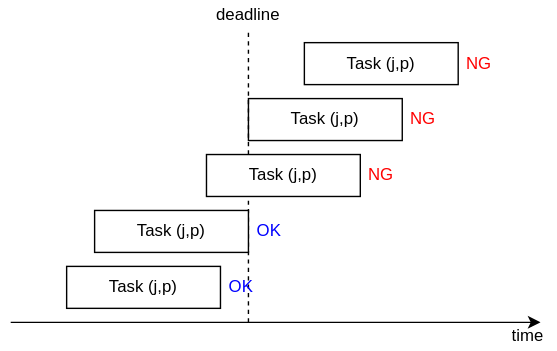
Above: notebooks/ja/tutorials/figures/deadline.drawio.svg in fixstars/amplify-se-examples (draw.io), before the change. Source tidied: cells renumbered, new cells last; positions are measured from the earlier drawing's top-left corner, leaving out a move shared by most shapes.
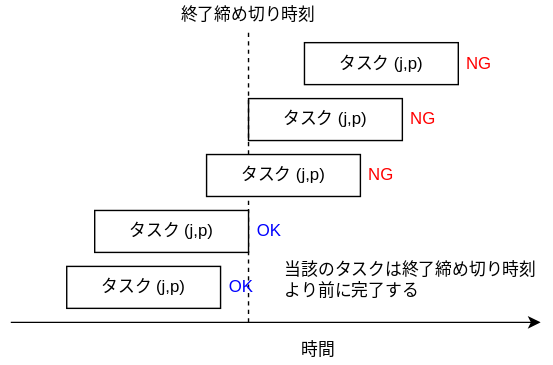
After the commit.

What changed in the source:
```diff
@@ -2,7 +2,7 @@
   <root>
     <mxCell id="0" />
     <mxCell id="1" parent="0" />
-    <mxCell id="2" value="Task (j,p)" style="rounded=0;whiteSpace=wrap;html=1;" parent="1" vertex="1">
+    <mxCell id="2" value="タスク (j,p)" style="rounded=0;whiteSpace=wrap;html=1;" parent="1" vertex="1">
       <mxGeometry x="170" y="70" width="110" height="30" as="geometry" />
     </mxCell>
     <mxCell id="3" style="endArrow=none;dashed=1;html=1;entryX=0.5;entryY=1;entryDx=0;entryDy=0;" parent="1" edge="1" target="4">
@@ -10,9 +10,9 @@
         <mxPoint x="170" y="230" as="sourcePoint" />
       </mxGeometry>
     </mxCell>
-    <object id="4" label="deadline" name="Variable" placeholders="1">
+    <object id="4" label="終了締め切り時刻" name="Variable" placeholders="1">
       <mxCell style="text;html=1;strokeColor=none;fillColor=none;align=center;verticalAlign=middle;whiteSpace=wrap;overflow=hidden;" parent="1" vertex="1">
-        <mxGeometry x="130" width="80" height="20" as="geometry" />
+        <mxGeometry x="120" width="100" height="20" as="geometry" />
       </mxCell>
     </object>
     <object id="5" label="OK" name="Variable" placeholders="1">
@@ -20,7 +20,7 @@
         <mxGeometry x="170" y="155" width="30" height="20" as="geometry" />
       </mxCell>
     </object>
-    <mxCell id="6" value="Task (j,p)" style="rounded=0;whiteSpace=wrap;html=1;" parent="1" vertex="1">
+    <mxCell id="6" value="タスク (j,p)" style="rounded=0;whiteSpace=wrap;html=1;" parent="1" vertex="1">
       <mxGeometry x="140" y="110" width="110" height="30" as="geometry" />
     </mxCell>
     <object id="7" label="NG" name="Variable" placeholders="1">
@@ -28,7 +28,7 @@
         <mxGeometry x="250" y="115" width="30" height="20" as="geometry" />
       </mxCell>
     </object>
-    <mxCell id="8" value="Task (j,p)" style="rounded=0;whiteSpace=wrap;html=1;" parent="1" vertex="1">
+    <mxCell id="8" value="タスク (j,p)" style="rounded=0;whiteSpace=wrap;html=1;" parent="1" vertex="1">
       <mxGeometry x="60" y="150" width="110" height="30" as="geometry" />
     </mxCell>
     <object id="9" label="NG" name="Variable" placeholders="1">
@@ -41,10 +41,10 @@
         <mxGeometry x="150" y="195" width="30" height="20" as="geometry" />
       </mxCell>
     </object>
-    <mxCell id="11" value="Task (j,p)" style="rounded=0;whiteSpace=wrap;html=1;" parent="1" vertex="1">
+    <mxCell id="11" value="タスク (j,p)" style="rounded=0;whiteSpace=wrap;html=1;" parent="1" vertex="1">
       <mxGeometry x="40" y="190" width="110" height="30" as="geometry" />
     </mxCell>
-    <mxCell id="12" value="Task (j,p)" style="rounded=0;whiteSpace=wrap;html=1;" parent="1" vertex="1">
+    <mxCell id="12" value="タスク (j,p)" style="rounded=0;whiteSpace=wrap;html=1;" parent="1" vertex="1">
       <mxGeometry x="210" y="30" width="110" height="30" as="geometry" />
     </mxCell>
     <object id="13" label="NG" name="Variable" placeholders="1">
@@ -58,10 +58,13 @@
         <mxPoint x="378.9" y="230" as="targetPoint" />
       </mxGeometry>
     </mxCell>
-    <object id="15" label="time" name="Variable" placeholders="1">
+    <object id="15" label="時間" name="Variable" placeholders="1">
       <mxCell style="text;html=1;strokeColor=none;fillColor=none;align=center;verticalAlign=middle;whiteSpace=wrap;overflow=hidden;" parent="1" vertex="1">
-        <mxGeometry x="350" y="230" width="40" height="20" as="geometry" />
+        <mxGeometry x="200" y="240" width="40" height="20" as="geometry" />
       </mxCell>
     </object>
+    <mxCell id="16" value="当該のタスクは終了締め切り時刻より前に完了する" style="text;strokeColor=none;align=left;fillColor=none;html=1;verticalAlign=middle;whiteSpace=wrap;rounded=0;" parent="1" vertex="1">
+      <mxGeometry x="194" y="185" width="190" height="30" as="geometry" />
+    </mxCell>
   </root>
 </mxGraphModel>
```
